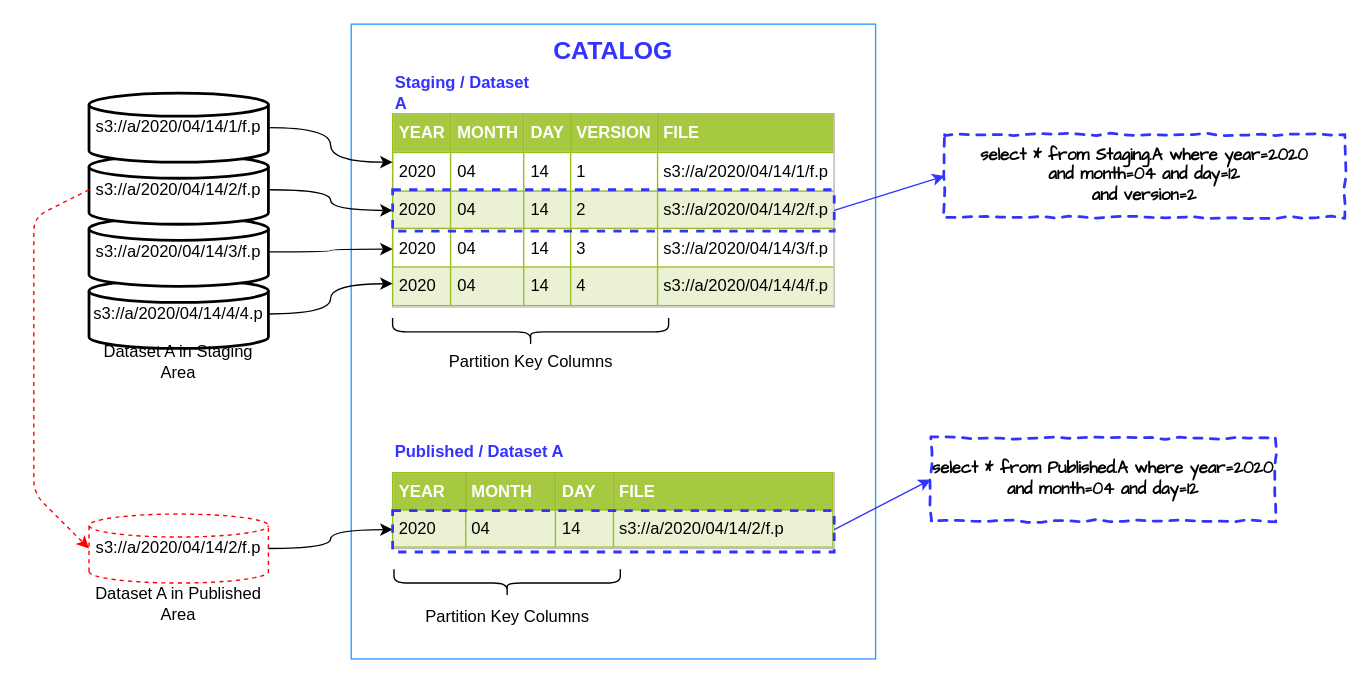
Above: src/data-lake-catalog-magic.drawio in victor-kolesnikov/light (draw.io), before the change. Source tidied: cells renumbered, new cells numbered last; positions are measured from the earlier drawing's top-left corner, leaving out a move shared by most shapes. Both pictures are drawn from the tidied source at 138%, with x=0, y=0 at pixel (33, 23).
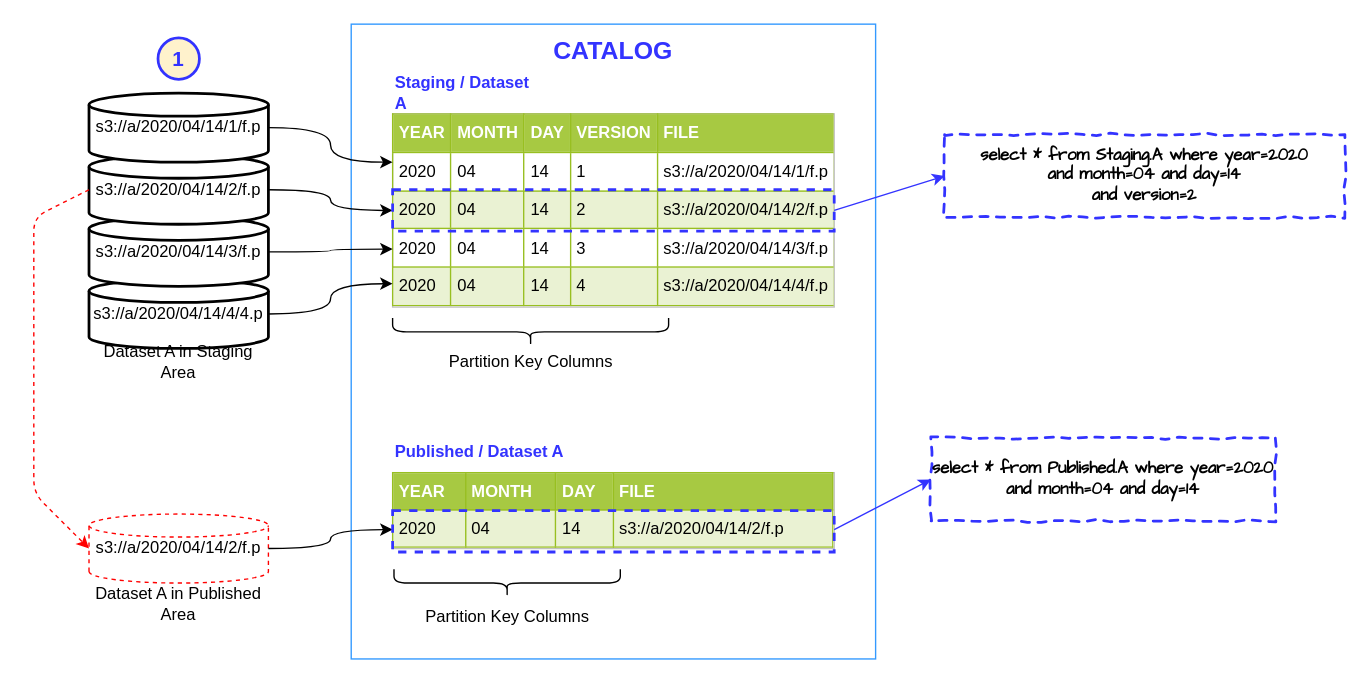
Above is the later version.

Commit message:
Update data-lake-catalog-magic.drawio - fixing typo in SQL examples

Diff of the diagram source:
```diff
@@
-    <mxCell id="25" value="&lt;div&gt;select * from Staging.A where year=2020 &lt;br&gt;&lt;/div&gt;&lt;div&gt;and month=04 and day=12&lt;/div&gt;&lt;div&gt;and version=2&lt;br&gt;&lt;/div&gt;" style="html=1;whiteSpace=wrap;comic=1;strokeWidth=2;fontFamily=Comic Sans MS;fontStyle=1;dashed=1;strokeColor=#3333FF;" parent="1" vertex="1">
+    <mxCell id="25" value="&lt;div&gt;select * from Staging.A where year=2020 &lt;br&gt;&lt;/div&gt;&lt;div&gt;and month=04 and day=14&lt;/div&gt;&lt;div&gt;and version=2&lt;br&gt;&lt;/div&gt;" style="html=1;whiteSpace=wrap;comic=1;strokeWidth=2;fontFamily=Comic Sans MS;fontStyle=1;dashed=1;strokeColor=#3333FF;" parent="1" vertex="1">
       <mxGeometry x="660" y="80" width="290" height="60" as="geometry" />
     </mxCell>
@@
-    <mxCell id="28" value="&lt;div&gt;select * from Published.A where year=2020 &lt;br&gt;&lt;/div&gt;&lt;div&gt;and month=04 and day=12&lt;/div&gt;" style="html=1;whiteSpace=wrap;comic=1;strokeWidth=2;fontFamily=Comic Sans MS;fontStyle=1;dashed=1;strokeColor=#3333FF;" parent="1" vertex="1">
+    <mxCell id="28" value="&lt;div&gt;select * from Published.A where year=2020 &lt;br&gt;&lt;/div&gt;&lt;div&gt;and month=04 and day=14&lt;/div&gt;" style="html=1;whiteSpace=wrap;comic=1;strokeWidth=2;fontFamily=Comic Sans MS;fontStyle=1;dashed=1;strokeColor=#3333FF;" parent="1" vertex="1">
       <mxGeometry x="650" y="300" width="250" height="60" as="geometry" />
     </mxCell>
@@
+    <mxCell id="31" value="&lt;font style=&quot;font-size: 15px&quot; color=&quot;#3333FF&quot;&gt;&lt;b&gt;1&lt;/b&gt;&lt;/font&gt;" style="ellipse;whiteSpace=wrap;html=1;strokeWidth=2;fillColor=#FFF2CC;strokeColor=#3333FF;" parent="1" vertex="1">
+      <mxGeometry x="90" y="10" width="30" height="30" as="geometry" />
+    </mxCell>
```
